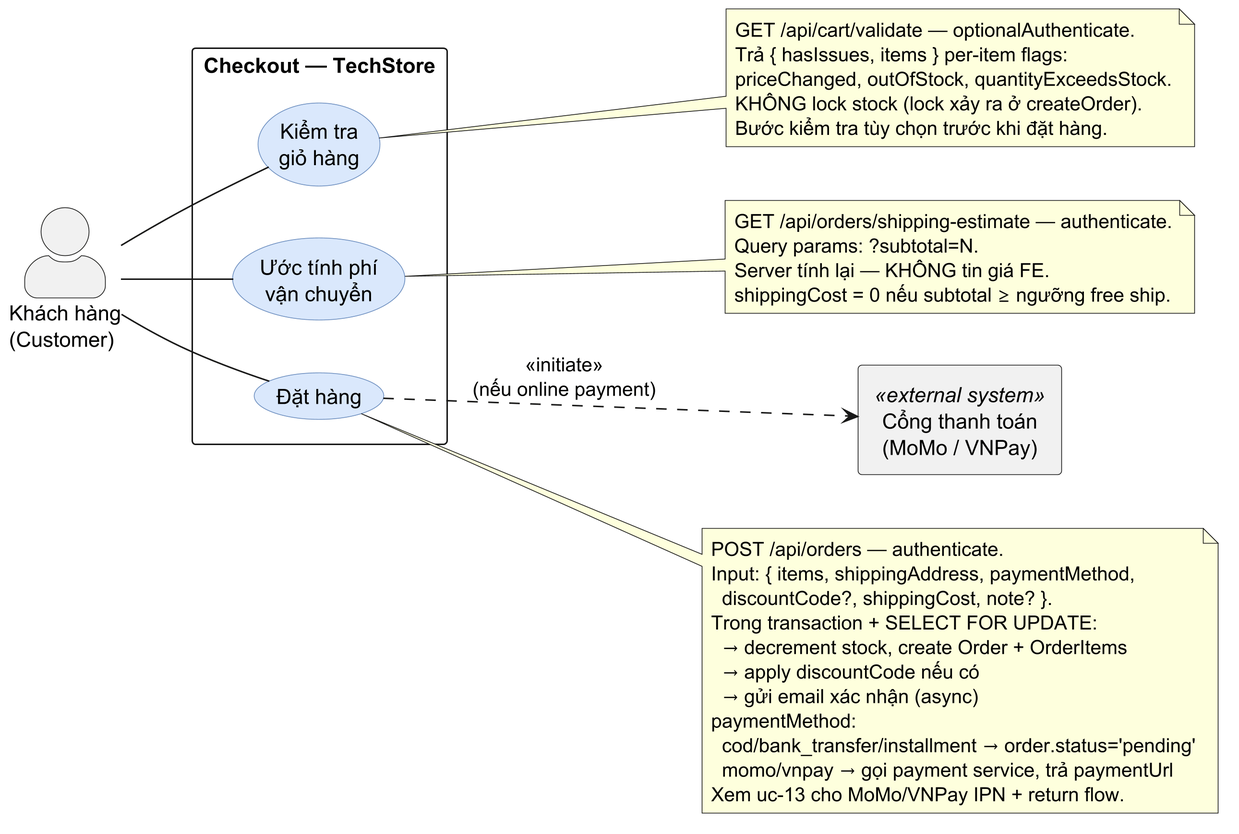
Above: diagrams/usecase/usecase-11-checkout.png in MinhThang1009/E-commerce-website (PlantUML), before the change.
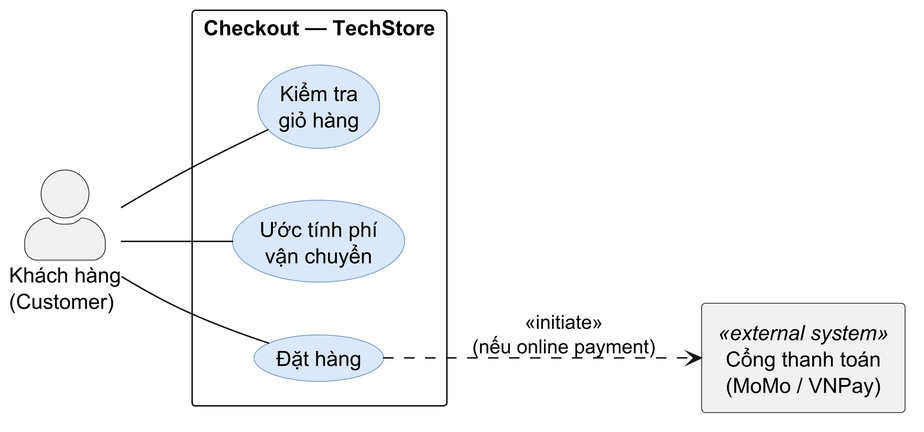
The same file after the commit.

The edit, as a diff of the source:
```diff
@@ -24,32 +24,6 @@
 customer -- UC_order
 UC_order ..> gateway : <<initiate>>\n(nếu online payment)
 
-note right of UC_validate
-  GET /api/cart/validate — optionalAuthenticate.
-  Trả { hasIssues, items } per-item flags:
-  priceChanged, outOfStock, quantityExceedsStock.
-  KHÔNG lock stock (lock xảy ra ở createOrder).
-  Bước kiểm tra tùy chọn trước khi đặt hàng.
-end note
 
-note right of UC_estimate
-  GET /api/orders/shipping-estimate — authenticate.
-  Query params: ?subtotal=N.
-  Server tính lại — KHÔNG tin giá FE.
-  shippingCost = 0 nếu subtotal ≥ ngưỡng free ship.
-end note
 
-note right of UC_order
-  POST /api/orders — authenticate.
-  Input: { items, shippingAddress, paymentMethod,
-    discountCode?, shippingCost, note? }.
-  Trong transaction + SELECT FOR UPDATE:
-    → decrement stock, create Order + OrderItems
-    → apply discountCode nếu có
-    → gửi email xác nhận (async)
-  paymentMethod:
-    cod/bank_transfer/installment → order.status='pending'
-    momo/vnpay → gọi payment service, trả paymentUrl
-  Xem uc-13 cho MoMo/VNPay IPN + return flow.
-end note
 @enduml
```
